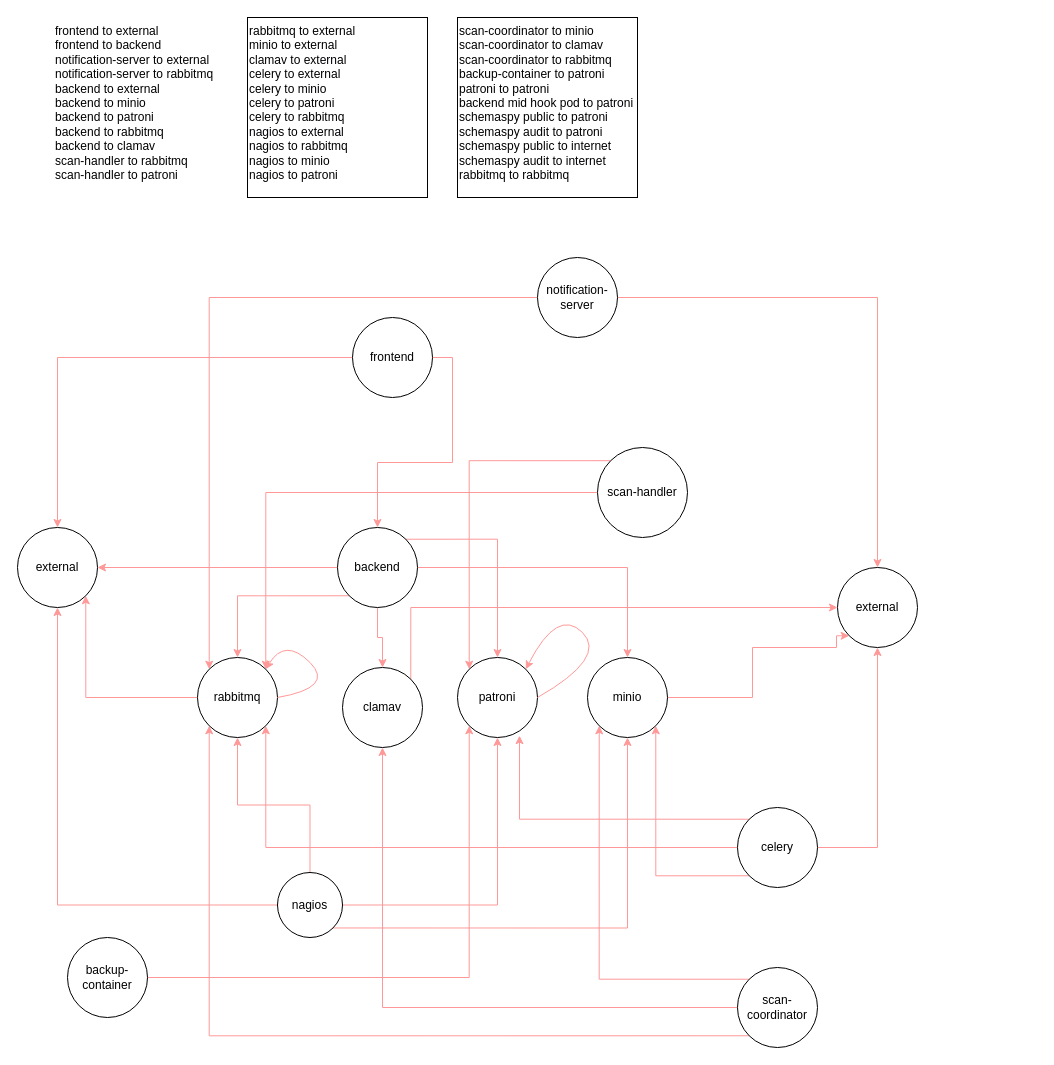
Before: openshift-v4/templates/nsp/nsp-diagram.drawio in bcgov/tfrs, a draw.io diagram. Source tidied: cells renumbered, new cells numbered last; positions are measured from the earlier drawing's top-left corner, leaving out a move shared by most shapes. Both pictures are drawn from the tidied source at 100%, with x=0, y=0 at pixel (17, 17).
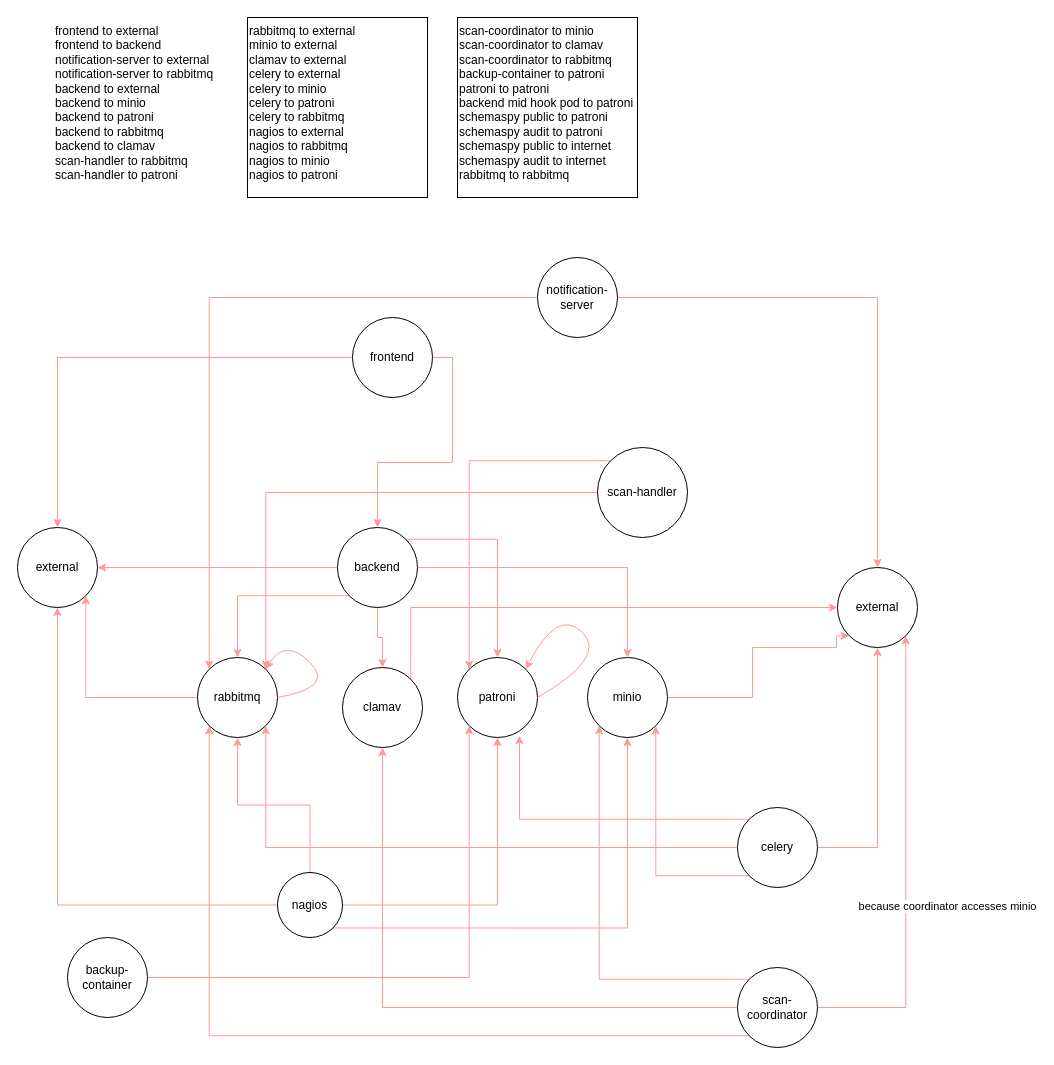
The same page after the edit.

Unchanged cells that the change refers to:
```xml
<mxCell id="22" value="scan-coordinator" style="ellipse;whiteSpace=wrap;html=1;" parent="1" vertex="1">
  <mxGeometry x="720" y="950" width="80" height="80" as="geometry" />
</mxCell>
<mxCell id="41" value="external" style="ellipse;whiteSpace=wrap;html=1;" parent="1" vertex="1">
  <mxGeometry x="820" y="550" width="80" height="80" as="geometry" />
</mxCell>
```

Diff of the diagram source:
```diff
@@
+    <mxCell id="47" value="because coordinator accesses minio" style="edgeStyle=orthogonalEdgeStyle;rounded=0;jettySize=auto;html=1;entryX=1;entryY=1;entryDx=0;entryDy=0;strokeColor=#FF9999;" parent="1" edge="1" source="22" target="41">
+      <mxGeometry x="-0.18" y="-42" relative="1" as="geometry" />
+    </mxCell>
```
